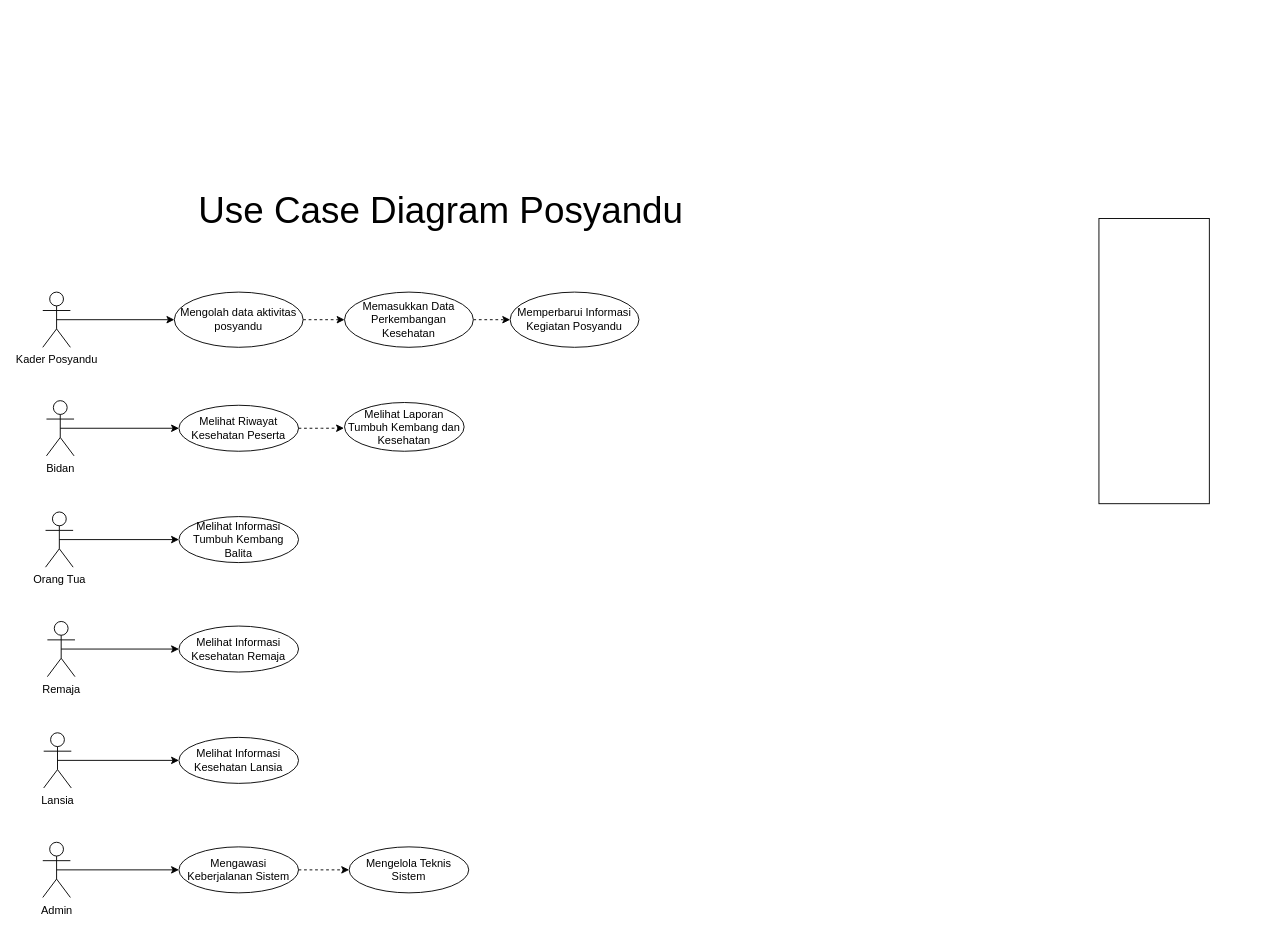
Before: Untitled Diagram.drawio in fatkhulyakaria/Muhamad-Fatkhul-Yakaria_Kelompok-12, a draw.io diagram. Source tidied: cells renumbered, new cells numbered last; positions are measured from the earlier drawing's top-left corner, leaving out a move shared by most shapes. Both pictures are drawn from the tidied source at 92%, with x=0, y=0 at pixel (42, 163).
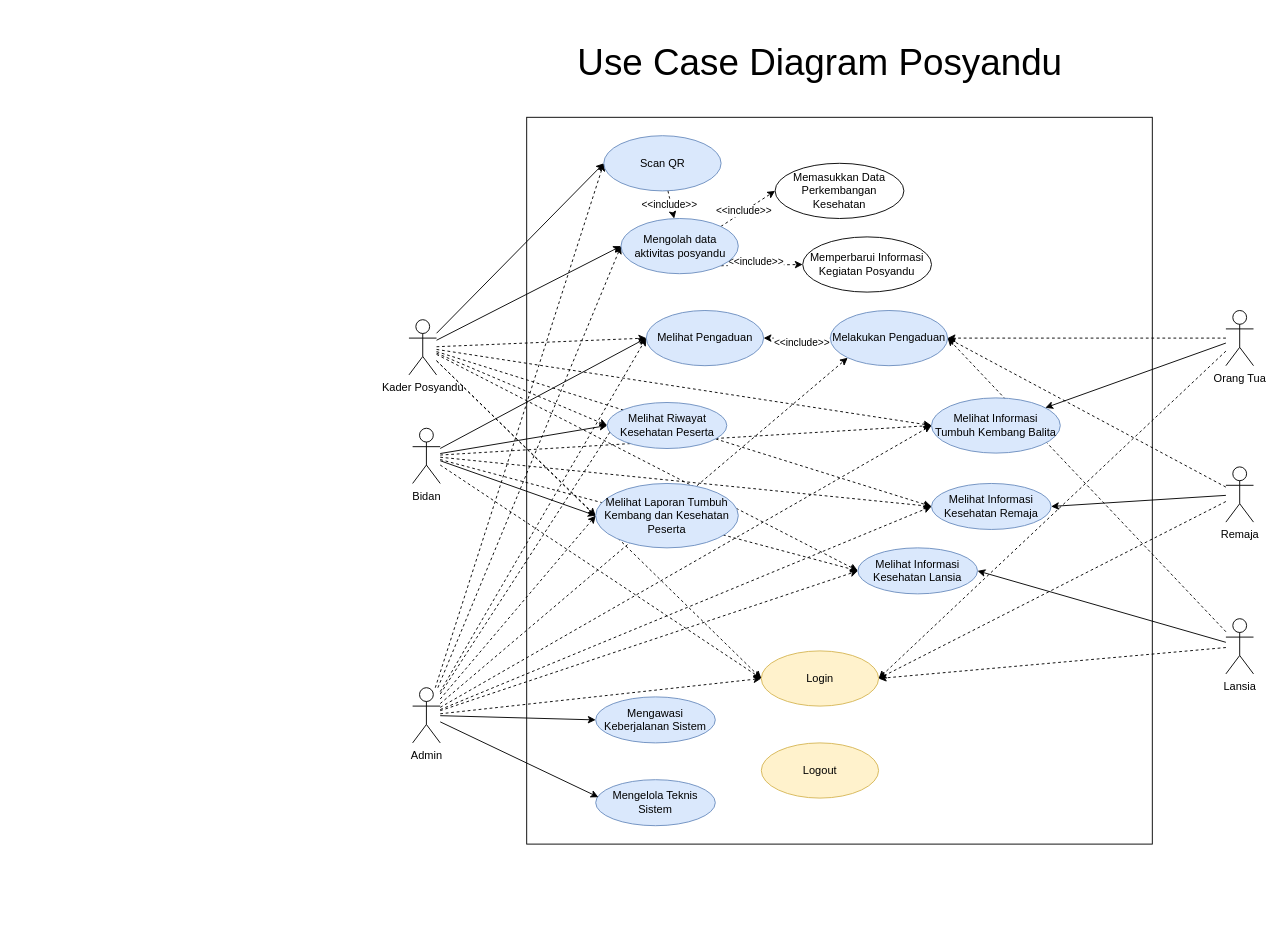
Above is the later version.

Change to the diagram source:
```diff
@@
+    <mxCell id="23" style="rounded=0;whiteSpace=wrap;html=1;" parent="1" vertex="1">
+      <mxGeometry x="526" y="-50" width="680" height="790" as="geometry" />
+    </mxCell>
-    <mxCell id="2" style="edgeStyle=orthogonalEdgeStyle;rounded=0;jettySize=auto;html=1;exitX=0.5;exitY=0.5;exitDx=0;exitDy=0;exitPerimeter=0;entryX=0;entryY=0.5;entryDx=0;entryDy=0;" parent="1" edge="1" source="3" target="12">
+    <mxCell id="2" style="rounded=0;jettySize=auto;html=1;entryX=0;entryY=0.5;entryDx=0;entryDy=0;" parent="1" edge="1" source="3" target="12">
       <mxGeometry relative="1" as="geometry" />
     </mxCell>
+    <mxCell id="30" style="rounded=0;jettySize=auto;html=1;entryX=0;entryY=0.5;entryDx=0;entryDy=0;" parent="1" edge="1" source="3" target="67">
+      <mxGeometry relative="1" as="geometry" />
+    </mxCell>
+    <mxCell id="31" style="rounded=0;jettySize=auto;html=1;entryX=0;entryY=0.5;entryDx=0;entryDy=0;dashed=1;" parent="1" edge="1" source="3" target="17">
+      <mxGeometry relative="1" as="geometry" />
+    </mxCell>
+    <mxCell id="32" style="rounded=0;jettySize=auto;html=1;entryX=0;entryY=0.5;entryDx=0;entryDy=0;dashed=1;" parent="1" edge="1" source="3" target="27">
+      <mxGeometry relative="1" as="geometry" />
+    </mxCell>
+    <mxCell id="33" style="rounded=0;jettySize=auto;html=1;entryX=0;entryY=0.5;entryDx=0;entryDy=0;dashed=1;" parent="1" edge="1" source="3" target="70">
+      <mxGeometry relative="1" as="geometry" />
+    </mxCell>
+    <mxCell id="34" style="rounded=0;jettySize=auto;html=1;entryX=0;entryY=0.5;entryDx=0;entryDy=0;dashed=1;" parent="1" edge="1" source="3" target="18">
+      <mxGeometry relative="1" as="geometry" />
+    </mxCell>
+    <mxCell id="35" style="rounded=0;jettySize=auto;html=1;entryX=0;entryY=0.5;entryDx=0;entryDy=0;dashed=1;" parent="1" edge="1" source="3" target="19">
+      <mxGeometry relative="1" as="geometry" />
+    </mxCell>
+    <mxCell id="36" style="rounded=0;jettySize=auto;html=1;entryX=0;entryY=0.5;entryDx=0;entryDy=0;dashed=1;" parent="1" edge="1" source="3" target="20">
+      <mxGeometry relative="1" as="geometry" />
+    </mxCell>
+    <mxCell id="37" style="rounded=0;jettySize=auto;html=1;entryX=0;entryY=0.5;entryDx=0;entryDy=0;dashed=1;" parent="1" edge="1" source="3" target="68">
+      <mxGeometry relative="1" as="geometry" />
+    </mxCell>
     <mxCell id="3" value="&lt;font style=&quot;font-size: 12px;&quot;&gt;Kader Posyandu&lt;/font&gt;" style="shape=umlActor;verticalLabelPosition=bottom;verticalAlign=top;html=1;outlineConnect=0;" parent="1" vertex="1">
-      <mxGeometry y="140" width="30" height="60" as="geometry" />
+      <mxGeometry x="398" y="170" width="30" height="60" as="geometry" />
     </mxCell>
-    <mxCell id="4" style="edgeStyle=orthogonalEdgeStyle;rounded=0;jettySize=auto;html=1;exitX=0.5;exitY=0.5;exitDx=0;exitDy=0;exitPerimeter=0;" parent="1" edge="1" source="5" target="17">
+    <mxCell id="4" style="rounded=0;jettySize=auto;html=1;entryX=0;entryY=0.5;entryDx=0;entryDy=0;" parent="1" edge="1" source="5" target="17">
       <mxGeometry relative="1" as="geometry" />
     </mxCell>
+    <mxCell id="38" style="rounded=0;jettySize=auto;html=1;entryX=0;entryY=0.5;entryDx=0;entryDy=0;" parent="1" edge="1" source="5" target="27">
+      <mxGeometry relative="1" as="geometry" />
+    </mxCell>
+    <mxCell id="39" style="rounded=0;jettySize=auto;html=1;entryX=0;entryY=0.5;entryDx=0;entryDy=0;" parent="1" edge="1" source="5" target="70">
+      <mxGeometry relative="1" as="geometry" />
+    </mxCell>
+    <mxCell id="40" style="rounded=0;jettySize=auto;html=1;entryX=0;entryY=0.5;entryDx=0;entryDy=0;dashed=1;" parent="1" edge="1" source="5" target="18">
+      <mxGeometry relative="1" as="geometry" />
+    </mxCell>
+    <mxCell id="41" style="rounded=0;jettySize=auto;html=1;entryX=0;entryY=0.5;entryDx=0;entryDy=0;dashed=1;" parent="1" edge="1" source="5" target="19">
+      <mxGeometry relative="1" as="geometry" />
+    </mxCell>
+    <mxCell id="42" style="rounded=0;jettySize=auto;html=1;entryX=0;entryY=0.5;entryDx=0;entryDy=0;dashed=1;" parent="1" edge="1" source="5" target="20">
+      <mxGeometry relative="1" as="geometry" />
+    </mxCell>
+    <mxCell id="43" style="rounded=0;jettySize=auto;html=1;entryX=0;entryY=0.5;entryDx=0;entryDy=0;dashed=1;" parent="1" edge="1" source="5" target="68">
+      <mxGeometry relative="1" as="geometry" />
+    </mxCell>
     <mxCell id="5" value="&lt;font style=&quot;font-size: 12px;&quot;&gt;Bidan&lt;/font&gt;" style="shape=umlActor;verticalLabelPosition=bottom;verticalAlign=top;html=1;outlineConnect=0;" parent="1" vertex="1">
-      <mxGeometry x="4" y="258" width="30" height="60" as="geometry" />
+      <mxGeometry x="402" y="288" width="30" height="60" as="geometry" />
     </mxCell>
-    <mxCell id="6" style="edgeStyle=orthogonalEdgeStyle;rounded=0;jettySize=auto;html=1;exitX=0.5;exitY=0.5;exitDx=0;exitDy=0;exitPerimeter=0;entryX=0;entryY=0.5;entryDx=0;entryDy=0;" parent="1" edge="1" source="7" target="18">
+    <mxCell id="6" style="rounded=0;jettySize=auto;html=1;" parent="1" edge="1" source="7" target="18">
       <mxGeometry relative="1" as="geometry" />
     </mxCell>
+    <mxCell id="44" style="rounded=0;jettySize=auto;html=1;entryX=1;entryY=0.5;entryDx=0;entryDy=0;dashed=1;" parent="1" edge="1" source="7" target="73">
+      <mxGeometry relative="1" as="geometry" />
+    </mxCell>
+    <mxCell id="45" style="rounded=0;jettySize=auto;html=1;entryX=1;entryY=0.5;entryDx=0;entryDy=0;dashed=1;" parent="1" edge="1" source="7" target="68">
+      <mxGeometry relative="1" as="geometry" />
+    </mxCell>
     <mxCell id="7" value="&lt;font style=&quot;font-size: 12px;&quot;&gt;Orang Tua&lt;/font&gt;" style="shape=umlActor;verticalLabelPosition=bottom;verticalAlign=top;html=1;outlineConnect=0;" parent="1" vertex="1">
-      <mxGeometry x="3" y="379" width="30" height="60" as="geometry" />
+      <mxGeometry x="1286" y="160" width="30" height="60" as="geometry" />
     </mxCell>
-    <mxCell id="8" style="edgeStyle=orthogonalEdgeStyle;rounded=0;jettySize=auto;html=1;exitX=0.5;exitY=0.5;exitDx=0;exitDy=0;exitPerimeter=0;entryX=0;entryY=0.5;entryDx=0;entryDy=0;" parent="1" edge="1" source="9" target="22">
+    <mxCell id="8" style="rounded=0;jettySize=auto;html=1;entryX=0;entryY=0.5;entryDx=0;entryDy=0;" parent="1" edge="1" source="9" target="22">
       <mxGeometry relative="1" as="geometry" />
     </mxCell>
+    <mxCell id="46" style="rounded=0;jettySize=auto;html=1;entryX=0;entryY=0.5;entryDx=0;entryDy=0;dashed=1;" parent="1" edge="1" source="9" target="18">
+      <mxGeometry relative="1" as="geometry" />
+    </mxCell>
+    <mxCell id="47" style="rounded=0;jettySize=auto;html=1;entryX=0;entryY=0.5;entryDx=0;entryDy=0;dashed=1;" parent="1" edge="1" source="9" target="27">
+      <mxGeometry relative="1" as="geometry" />
+    </mxCell>
+    <mxCell id="48" style="rounded=0;jettySize=auto;html=1;entryX=0;entryY=0;entryDx=0;entryDy=0;dashed=1;" parent="1" edge="1" source="9" target="17">
+      <mxGeometry relative="1" as="geometry" />
+    </mxCell>
+    <mxCell id="49" style="rounded=0;jettySize=auto;html=1;entryX=0;entryY=0.5;entryDx=0;entryDy=0;dashed=1;" parent="1" edge="1" source="9" target="12">
+      <mxGeometry relative="1" as="geometry" />
+    </mxCell>
+    <mxCell id="50" style="rounded=0;jettySize=auto;html=1;entryX=0;entryY=0.5;entryDx=0;entryDy=0;dashed=1;" parent="1" edge="1" source="9" target="67">
+      <mxGeometry relative="1" as="geometry" />
+    </mxCell>
+    <mxCell id="51" style="rounded=0;jettySize=auto;html=1;entryX=0;entryY=0.5;entryDx=0;entryDy=0;dashed=1;" parent="1" edge="1" source="9" target="19">
+      <mxGeometry relative="1" as="geometry" />
+    </mxCell>
+    <mxCell id="52" style="rounded=0;jettySize=auto;html=1;entryX=0;entryY=0.5;entryDx=0;entryDy=0;dashed=1;" parent="1" edge="1" source="9" target="20">
+      <mxGeometry relative="1" as="geometry" />
+    </mxCell>
+    <mxCell id="53" style="rounded=0;jettySize=auto;html=1;entryX=0;entryY=0.5;entryDx=0;entryDy=0;dashed=1;" parent="1" edge="1" source="9" target="70">
+      <mxGeometry relative="1" as="geometry" />
+    </mxCell>
+    <mxCell id="54" style="rounded=0;jettySize=auto;html=1;entryX=0;entryY=1;entryDx=0;entryDy=0;dashed=1;" parent="1" edge="1" source="9" target="73">
+      <mxGeometry relative="1" as="geometry" />
+    </mxCell>
+    <mxCell id="55" style="rounded=0;jettySize=auto;html=1;entryX=0;entryY=0.5;entryDx=0;entryDy=0;dashed=1;" parent="1" edge="1" source="9" target="68">
+      <mxGeometry relative="1" as="geometry" />
+    </mxCell>
     <mxCell id="9" value="&lt;font style=&quot;font-size: 12px;&quot;&gt;Admin&lt;/font&gt;" style="shape=umlActor;verticalLabelPosition=bottom;verticalAlign=top;html=1;outlineConnect=0;" parent="1" vertex="1">
-      <mxGeometry y="738" width="30" height="60" as="geometry" />
+      <mxGeometry x="402" y="570" width="30" height="60" as="geometry" />
     </mxCell>
     <mxCell id="10" value="&lt;font style=&quot;font-size: 40px;&quot;&gt;Use Case Diagram Posyandu&lt;/font&gt;" style="text;html=1;align=center;verticalAlign=middle;whiteSpace=wrap;rounded=0;" parent="1" vertex="1">
-      <mxGeometry x="148" width="570" height="100" as="geometry" />
+      <mxGeometry x="559.8" y="-160" width="570" height="100" as="geometry" />
     </mxCell>
-    <mxCell id="11" style="edgeStyle=orthogonalEdgeStyle;rounded=0;jettySize=auto;html=1;exitX=1;exitY=0.5;exitDx=0;exitDy=0;entryX=0;entryY=0.5;entryDx=0;entryDy=0;dashed=1;" parent="1" edge="1" source="12" target="25">
+    <mxCell id="11" style="rounded=0;jettySize=auto;html=1;exitX=1;exitY=0;exitDx=0;exitDy=0;entryX=0;entryY=0.5;entryDx=0;entryDy=0;dashed=1;" parent="1" edge="1" source="12" target="25">
       <mxGeometry relative="1" as="geometry" />
     </mxCell>
+    <mxCell id="56" value="&amp;lt;&amp;lt;include&amp;gt;&amp;gt;" style="edgeLabel;html=1;align=center;verticalAlign=middle;" parent="11" vertex="1">
+      <mxGeometry x="-0.16" y="1" relative="1" as="geometry" />
+    </mxCell>
+    <mxCell id="57" style="rounded=0;jettySize=auto;html=1;exitX=1;exitY=1;exitDx=0;exitDy=0;entryX=0;entryY=0.5;entryDx=0;entryDy=0;dashed=1;" parent="1" edge="1" source="12" target="26">
+      <mxGeometry relative="1" as="geometry" />
+    </mxCell>
+    <mxCell id="58" value="&amp;lt;&amp;lt;include&amp;gt;&amp;gt;" style="edgeLabel;html=1;align=center;verticalAlign=middle;" parent="57" vertex="1">
+      <mxGeometry x="-0.12" y="4" relative="1" as="geometry">
+        <mxPoint x="-1" as="offset" />
+      </mxGeometry>
+    </mxCell>
-    <mxCell id="12" value="Mengolah data aktivitas posyandu" style="ellipse;whiteSpace=wrap;html=1;" parent="1" vertex="1">
-      <mxGeometry x="143" y="140" width="140" height="60" as="geometry" />
+    <mxCell id="12" value="Mengolah data aktivitas posyandu" style="ellipse;whiteSpace=wrap;html=1;fillColor=#dae8fc;strokeColor=#6c8ebf;" parent="1" vertex="1">
+      <mxGeometry x="628.5" y="60" width="127.5" height="60" as="geometry" />
     </mxCell>
-    <mxCell id="13" style="edgeStyle=orthogonalEdgeStyle;rounded=0;jettySize=auto;html=1;exitX=0.5;exitY=0.5;exitDx=0;exitDy=0;exitPerimeter=0;entryX=0;entryY=0.5;entryDx=0;entryDy=0;" parent="1" edge="1" source="14" target="19">
+    <mxCell id="13" style="rounded=0;jettySize=auto;html=1;entryX=1;entryY=0.5;entryDx=0;entryDy=0;" parent="1" edge="1" source="14" target="19">
       <mxGeometry relative="1" as="geometry" />
     </mxCell>
+    <mxCell id="59" style="rounded=0;jettySize=auto;html=1;entryX=1;entryY=0.5;entryDx=0;entryDy=0;dashed=1;" parent="1" edge="1" source="14" target="73">
+      <mxGeometry relative="1" as="geometry" />
+    </mxCell>
+    <mxCell id="60" style="rounded=0;jettySize=auto;html=1;entryX=1;entryY=0.5;entryDx=0;entryDy=0;dashed=1;" parent="1" edge="1" source="14" target="68">
+      <mxGeometry relative="1" as="geometry" />
+    </mxCell>
     <mxCell id="14" value="&lt;font style=&quot;font-size: 12px;&quot;&gt;Remaja&lt;/font&gt;" style="shape=umlActor;verticalLabelPosition=bottom;verticalAlign=top;html=1;outlineConnect=0;" parent="1" vertex="1">
-      <mxGeometry x="5" y="498" width="30" height="60" as="geometry" />
+      <mxGeometry x="1286" y="330" width="30" height="60" as="geometry" />
     </mxCell>
-    <mxCell id="15" style="edgeStyle=orthogonalEdgeStyle;rounded=0;jettySize=auto;html=1;exitX=0.5;exitY=0.5;exitDx=0;exitDy=0;exitPerimeter=0;entryX=0;entryY=0.5;entryDx=0;entryDy=0;" parent="1" edge="1" source="16" target="20">
+    <mxCell id="15" style="rounded=0;jettySize=auto;html=1;entryX=1;entryY=0.5;entryDx=0;entryDy=0;" parent="1" edge="1" source="16" target="20">
       <mxGeometry relative="1" as="geometry" />
     </mxCell>
+    <mxCell id="61" style="rounded=0;jettySize=auto;html=1;entryX=1;entryY=0.5;entryDx=0;entryDy=0;dashed=1;" parent="1" edge="1" source="16" target="73">
+      <mxGeometry relative="1" as="geometry" />
+    </mxCell>
+    <mxCell id="62" style="rounded=0;jettySize=auto;html=1;entryX=1;entryY=0.5;entryDx=0;entryDy=0;dashed=1;" parent="1" edge="1" source="16" target="68">
+      <mxGeometry relative="1" as="geometry" />
+    </mxCell>
     <mxCell id="16" value="&lt;font style=&quot;font-size: 12px;&quot;&gt;Lansia&lt;/font&gt;" style="shape=umlActor;verticalLabelPosition=bottom;verticalAlign=top;html=1;outlineConnect=0;" parent="1" vertex="1">
-      <mxGeometry x="1" y="619" width="30" height="60" as="geometry" />
+      <mxGeometry x="1286" y="495" width="30" height="60" as="geometry" />
     </mxCell>
-    <mxCell id="17" value="Melihat Riwayat Kesehatan Peserta" style="ellipse;whiteSpace=wrap;html=1;" parent="1" vertex="1">
-      <mxGeometry x="148" y="263" width="130" height="50" as="geometry" />
+    <mxCell id="17" value="Melihat Riwayat Kesehatan Peserta" style="ellipse;whiteSpace=wrap;html=1;fillColor=#dae8fc;strokeColor=#6c8ebf;" parent="1" vertex="1">
+      <mxGeometry x="613.5" y="260" width="130" height="50" as="geometry" />
     </mxCell>
-    <mxCell id="18" value="Melihat Informasi Tumbuh Kembang Balita" style="ellipse;whiteSpace=wrap;html=1;" parent="1" vertex="1">
-      <mxGeometry x="148" y="384" width="130" height="50" as="geometry" />
+    <mxCell id="18" value="Melihat Informasi Tumbuh Kembang Balita" style="ellipse;whiteSpace=wrap;html=1;fillColor=#dae8fc;strokeColor=#6c8ebf;" parent="1" vertex="1">
+      <mxGeometry x="966" y="255" width="140" height="60" as="geometry" />
     </mxCell>
-    <mxCell id="19" value="Melihat Informasi Kesehatan Remaja" style="ellipse;whiteSpace=wrap;html=1;" parent="1" vertex="1">
-      <mxGeometry x="148" y="503" width="130" height="50" as="geometry" />
+    <mxCell id="19" value="Melihat Informasi Kesehatan Remaja" style="ellipse;whiteSpace=wrap;html=1;fillColor=#dae8fc;strokeColor=#6c8ebf;" parent="1" vertex="1">
+      <mxGeometry x="966" y="348" width="130" height="50" as="geometry" />
     </mxCell>
-    <mxCell id="20" value="Melihat Informasi Kesehatan Lansia" style="ellipse;whiteSpace=wrap;html=1;" parent="1" vertex="1">
-      <mxGeometry x="148" y="624" width="130" height="50" as="geometry" />
+    <mxCell id="20" value="Melihat Informasi Kesehatan Lansia" style="ellipse;whiteSpace=wrap;html=1;fillColor=#dae8fc;strokeColor=#6c8ebf;" parent="1" vertex="1">
+      <mxGeometry x="886" y="418" width="130" height="50" as="geometry" />
     </mxCell>
-    <mxCell id="21" style="edgeStyle=orthogonalEdgeStyle;rounded=0;jettySize=auto;html=1;exitX=1;exitY=0.5;exitDx=0;exitDy=0;entryX=0;entryY=0.5;entryDx=0;entryDy=0;dashed=1;" parent="1" edge="1" source="22" target="28">
-      <mxGeometry relative="1" as="geometry" />
-    </mxCell>
-    <mxCell id="22" value="Mengawasi Keberjalanan Sistem" style="ellipse;whiteSpace=wrap;html=1;" parent="1" vertex="1">
-      <mxGeometry x="148" y="743" width="130" height="50" as="geometry" />
+    <mxCell id="22" value="Mengawasi Keberjalanan Sistem" style="ellipse;whiteSpace=wrap;html=1;fillColor=#dae8fc;strokeColor=#6c8ebf;" parent="1" vertex="1">
+      <mxGeometry x="601" y="580" width="130" height="50" as="geometry" />
     </mxCell>
-    <mxCell id="23" style="rounded=0;whiteSpace=wrap;html=1;" parent="1" vertex="1">
-      <mxGeometry x="1148" y="60" width="120" height="310" as="geometry" />
-    </mxCell>
-    <mxCell id="24" style="edgeStyle=orthogonalEdgeStyle;rounded=0;jettySize=auto;html=1;exitX=1;exitY=0.5;exitDx=0;exitDy=0;entryX=0;entryY=0.5;entryDx=0;entryDy=0;dashed=1;" parent="1" edge="1" source="25" target="26">
-      <mxGeometry relative="1" as="geometry" />
-    </mxCell>
     <mxCell id="25" value="Memasukkan Data Perkembangan Kesehatan" style="ellipse;whiteSpace=wrap;html=1;" parent="1" vertex="1">
-      <mxGeometry x="328" y="140" width="140" height="60" as="geometry" />
+      <mxGeometry x="796" width="140" height="60" as="geometry" />
     </mxCell>
     <mxCell id="26" value="Memperbarui Informasi Kegiatan Posyandu" style="ellipse;whiteSpace=wrap;html=1;" parent="1" vertex="1">
-      <mxGeometry x="508" y="140" width="140" height="60" as="geometry" />
+      <mxGeometry x="826" y="80" width="140" height="60" as="geometry" />
     </mxCell>
-    <mxCell id="27" value="Melihat Laporan Tumbuh Kembang dan Kesehatan" style="ellipse;whiteSpace=wrap;html=1;" parent="1" vertex="1">
-      <mxGeometry x="328" y="260" width="130" height="53" as="geometry" />
+    <mxCell id="27" value="Melihat Laporan Tumbuh Kembang dan Kesehatan Peserta" style="ellipse;whiteSpace=wrap;html=1;fillColor=#dae8fc;strokeColor=#6c8ebf;" parent="1" vertex="1">
+      <mxGeometry x="601" y="348" width="155" height="70" as="geometry" />
     </mxCell>
-    <mxCell id="28" value="Mengelola Teknis Sistem" style="ellipse;whiteSpace=wrap;html=1;" parent="1" vertex="1">
-      <mxGeometry x="333" y="743" width="130" height="50" as="geometry" />
+    <mxCell id="28" value="Mengelola Teknis Sistem" style="ellipse;whiteSpace=wrap;html=1;fillColor=#dae8fc;strokeColor=#6c8ebf;" parent="1" vertex="1">
+      <mxGeometry x="601" y="670" width="130" height="50" as="geometry" />
     </mxCell>
-    <mxCell id="29" style="edgeStyle=orthogonalEdgeStyle;rounded=0;jettySize=auto;html=1;exitX=1;exitY=0.5;exitDx=0;exitDy=0;entryX=-0.005;entryY=0.526;entryDx=0;entryDy=0;entryPerimeter=0;dashed=1;" parent="1" edge="1" source="17" target="27">
-      <mxGeometry relative="1" as="geometry" />
-    </mxCell>
+    <mxCell id="63" style="edgeStyle=orthogonalEdgeStyle;rounded=0;orthogonalLoop=1;jettySize=auto;html=1;exitX=0.5;exitY=1;exitDx=0;exitDy=0;" parent="1" edge="1" source="22" target="22">
+      <mxGeometry relative="1" as="geometry" />
+    </mxCell>
+    <mxCell id="64" style="rounded=0;jettySize=auto;html=1;entryX=0.023;entryY=0.38;entryDx=0;entryDy=0;entryPerimeter=0;" parent="1" edge="1" source="9" target="28">
+      <mxGeometry relative="1" as="geometry" />
+    </mxCell>
+    <mxCell id="65" style="rounded=0;jettySize=auto;html=1;dashed=1;" parent="1" edge="1" source="67" target="12">
+      <mxGeometry relative="1" as="geometry" />
+    </mxCell>
+    <mxCell id="66" value="&amp;lt;&amp;lt;include&amp;gt;&amp;gt;" style="edgeLabel;html=1;align=center;verticalAlign=middle;" parent="65" vertex="1">
+      <mxGeometry x="-0.04" y="-2" relative="1" as="geometry" />
+    </mxCell>
+    <mxCell id="67" value="Scan QR" style="ellipse;whiteSpace=wrap;html=1;fillColor=#dae8fc;strokeColor=#6c8ebf;" parent="1" vertex="1">
+      <mxGeometry x="609.8" y="-30" width="127.5" height="60" as="geometry" />
+    </mxCell>
+    <mxCell id="68" value="Login" style="ellipse;whiteSpace=wrap;html=1;fillColor=#fff2cc;strokeColor=#d6b656;" parent="1" vertex="1">
+      <mxGeometry x="781" y="530" width="127.5" height="60" as="geometry" />
+    </mxCell>
+    <mxCell id="69" value="Logout" style="ellipse;whiteSpace=wrap;html=1;fillColor=#fff2cc;strokeColor=#d6b656;" parent="1" vertex="1">
+      <mxGeometry x="781" y="630" width="127.5" height="60" as="geometry" />
+    </mxCell>
+    <mxCell id="70" value="Melihat Pengaduan" style="ellipse;whiteSpace=wrap;html=1;fillColor=#dae8fc;strokeColor=#6c8ebf;" parent="1" vertex="1">
+      <mxGeometry x="656" y="160" width="127.5" height="60" as="geometry" />
+    </mxCell>
+    <mxCell id="71" style="rounded=0;jettySize=auto;html=1;entryX=1;entryY=0.5;entryDx=0;entryDy=0;dashed=1;" parent="1" edge="1" source="73" target="70">
+      <mxGeometry relative="1" as="geometry" />
+    </mxCell>
+    <mxCell id="72" value="&amp;lt;&amp;lt;include&amp;gt;&amp;gt;" style="edgeLabel;html=1;align=center;verticalAlign=middle;" parent="71" vertex="1">
+      <mxGeometry x="-0.11" y="4" relative="1" as="geometry" />
+    </mxCell>
+    <mxCell id="73" value="Melakukan Pengaduan" style="ellipse;whiteSpace=wrap;html=1;fillColor=#dae8fc;strokeColor=#6c8ebf;" parent="1" vertex="1">
+      <mxGeometry x="856" y="160" width="127.5" height="60" as="geometry" />
+    </mxCell>
```
